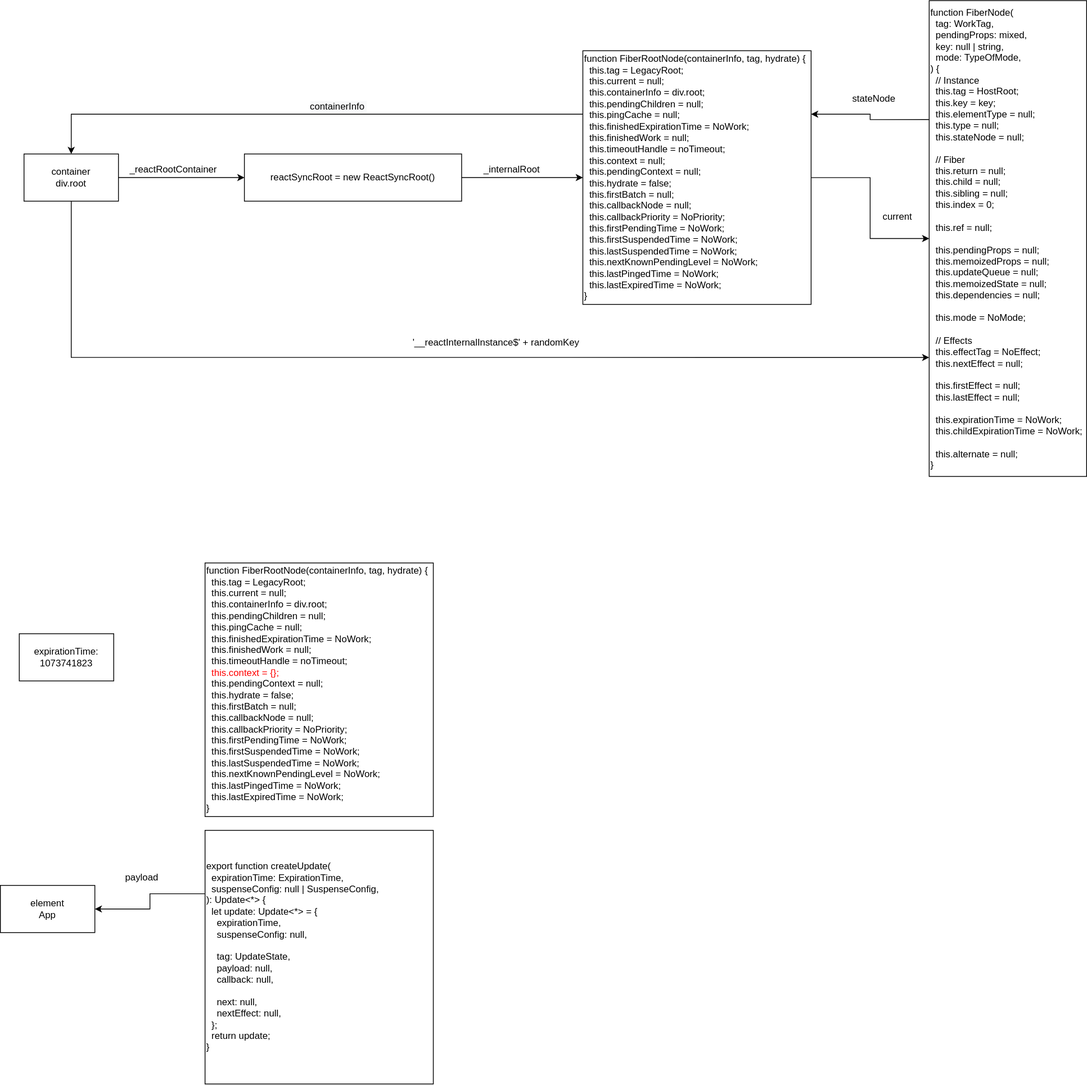
Before: react16.10/图片/state.svg, a diagram exported from draw.io (gwtjs/read-code). Source tidied: cells renumbered, new cells last; positions are measured from the earlier drawing's top-left corner, leaving out a move shared by most shapes.
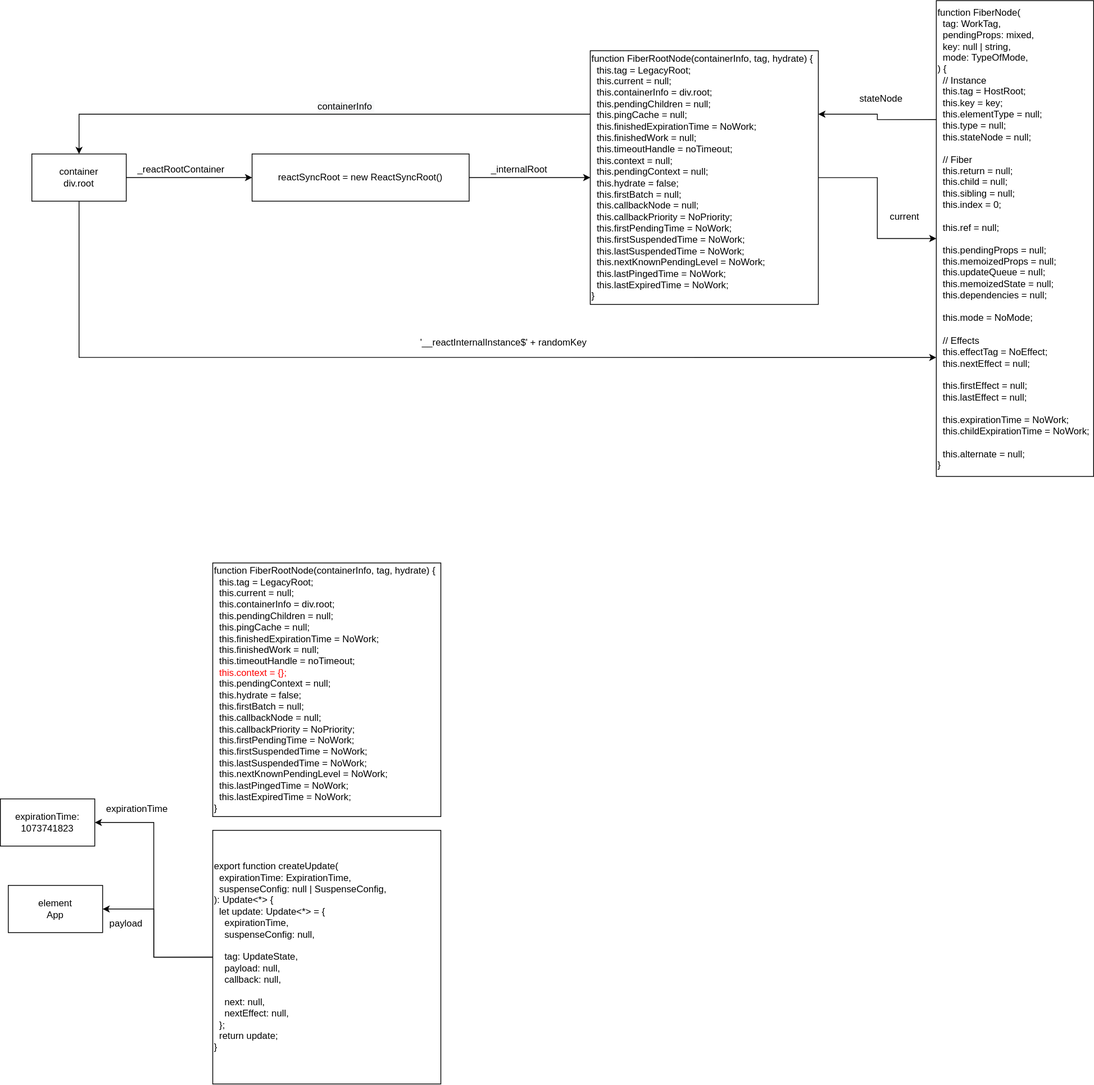
After the change.

The edit, as a diff of the source:
```diff
@@ -62,19 +62,30 @@
       <mxGeometry y="1125" width="120" height="60" as="geometry" />
     </mxCell>
     <mxCell id="19" value="expirationTime:&lt;br&gt;1073741823" style="rounded=0;whiteSpace=wrap;html=1;" parent="1" vertex="1">
-      <mxGeometry x="24" y="805" width="120" height="60" as="geometry" />
+      <mxGeometry x="-10" y="1015" width="120" height="60" as="geometry" />
     </mxCell>
     <mxCell id="20" value="&lt;div&gt;function FiberRootNode(containerInfo, tag, hydrate) {&lt;/div&gt;&lt;div&gt;&amp;nbsp; this.tag = LegacyRoot;&lt;/div&gt;&lt;div&gt;&amp;nbsp; this.current = null;&lt;/div&gt;&lt;div&gt;&amp;nbsp; this.containerInfo = div.root;&lt;/div&gt;&lt;div&gt;&amp;nbsp; this.pendingChildren = null;&lt;/div&gt;&lt;div&gt;&amp;nbsp; this.pingCache = null;&lt;/div&gt;&lt;div&gt;&amp;nbsp; this.finishedExpirationTime = NoWork;&lt;/div&gt;&lt;div&gt;&amp;nbsp; this.finishedWork = null;&lt;/div&gt;&lt;div&gt;&amp;nbsp; this.timeoutHandle = noTimeout;&lt;/div&gt;&lt;div&gt;&amp;nbsp; &lt;font color=&quot;#ff0000&quot;&gt;this.context = {};&lt;/font&gt;&lt;/div&gt;&lt;div&gt;&amp;nbsp; this.pendingContext = null;&lt;/div&gt;&lt;div&gt;&amp;nbsp; this.hydrate = false;&lt;/div&gt;&lt;div&gt;&amp;nbsp; this.firstBatch = null;&lt;/div&gt;&lt;div&gt;&amp;nbsp; this.callbackNode = null;&lt;/div&gt;&lt;div&gt;&amp;nbsp; this.callbackPriority = NoPriority;&lt;/div&gt;&lt;div&gt;&amp;nbsp; this.firstPendingTime = NoWork;&lt;/div&gt;&lt;div&gt;&amp;nbsp; this.firstSuspendedTime = NoWork;&lt;/div&gt;&lt;div&gt;&amp;nbsp; this.lastSuspendedTime = NoWork;&lt;/div&gt;&lt;div&gt;&amp;nbsp; this.nextKnownPendingLevel = NoWork;&lt;/div&gt;&lt;div&gt;&amp;nbsp; this.lastPingedTime = NoWork;&lt;/div&gt;&lt;div&gt;&amp;nbsp; this.lastExpiredTime = NoWork;&lt;/div&gt;&lt;div&gt;}&lt;/div&gt;" style="rounded=0;whiteSpace=wrap;html=1;align=left;" parent="1" vertex="1">
       <mxGeometry x="260" y="715" width="290" height="322.5" as="geometry" />
     </mxCell>
+    <mxCell id="24" style="edgeStyle=orthogonalEdgeStyle;rounded=0;jettySize=auto;html=1;entryX=1;entryY=0.5;entryDx=0;entryDy=0;" parent="1" edge="1" source="22" target="19">
+      <mxGeometry relative="1" as="geometry" />
+    </mxCell>
-    <mxCell id="21" style="edgeStyle=orthogonalEdgeStyle;rounded=0;jettySize=auto;html=1;exitX=0;exitY=0.25;exitDx=0;exitDy=0;entryX=1;entryY=0.5;entryDx=0;entryDy=0;" parent="1" edge="1" source="22" target="18">
-      <mxGeometry relative="1" as="geometry" />
+    <mxCell id="21" style="edgeStyle=orthogonalEdgeStyle;rounded=0;jettySize=auto;html=1;entryX=1;entryY=0.5;entryDx=0;entryDy=0;exitX=0;exitY=0.5;exitDx=0;exitDy=0;" parent="1" edge="1" source="22" target="18">
+      <mxGeometry relative="1" as="geometry">
+        <Array as="points">
+          <mxPoint x="185" y="1216" />
+          <mxPoint x="185" y="1155" />
+        </Array>
+      </mxGeometry>
     </mxCell>
     <mxCell id="22" value="&lt;div&gt;export function createUpdate(&lt;/div&gt;&lt;div&gt;&amp;nbsp; expirationTime: ExpirationTime,&lt;/div&gt;&lt;div&gt;&amp;nbsp; suspenseConfig: null | SuspenseConfig,&lt;/div&gt;&lt;div&gt;): Update&amp;lt;*&amp;gt; {&lt;/div&gt;&lt;div&gt;&amp;nbsp; let update: Update&amp;lt;*&amp;gt; = {&lt;/div&gt;&lt;div&gt;&amp;nbsp; &amp;nbsp; expirationTime,&lt;/div&gt;&lt;div&gt;&amp;nbsp; &amp;nbsp; suspenseConfig: null,&lt;/div&gt;&lt;div&gt;&lt;br&gt;&lt;/div&gt;&lt;div&gt;&amp;nbsp; &amp;nbsp; tag: UpdateState,&lt;/div&gt;&lt;div&gt;&amp;nbsp; &amp;nbsp; payload: null,&lt;/div&gt;&lt;div&gt;&amp;nbsp; &amp;nbsp; callback: null,&lt;/div&gt;&lt;div&gt;&lt;br&gt;&lt;/div&gt;&lt;div&gt;&amp;nbsp; &amp;nbsp; next: null,&lt;/div&gt;&lt;div&gt;&amp;nbsp; &amp;nbsp; nextEffect: null,&lt;/div&gt;&lt;div&gt;&amp;nbsp; };&lt;/div&gt;&lt;div&gt;&amp;nbsp; return update;&lt;/div&gt;&lt;div&gt;}&lt;/div&gt;" style="rounded=0;whiteSpace=wrap;html=1;align=left;" parent="1" vertex="1">
       <mxGeometry x="260" y="1055" width="290" height="322.5" as="geometry" />
     </mxCell>
     <mxCell id="23" value="payload" style="text;html=1;strokeColor=none;fillColor=none;align=center;verticalAlign=middle;whiteSpace=wrap;rounded=0;" parent="1" vertex="1">
-      <mxGeometry x="160" y="1105" width="40" height="20" as="geometry" />
+      <mxGeometry x="130" y="1164" width="40" height="20" as="geometry" />
     </mxCell>
+    <mxCell id="25" value="expirationTime" style="text;html=1;strokeColor=none;fillColor=none;align=center;verticalAlign=middle;whiteSpace=wrap;rounded=0;" parent="1" vertex="1">
+      <mxGeometry x="144" y="1017.5" width="40" height="20" as="geometry" />
+    </mxCell>
   </root>
 </mxGraphModel>
```
